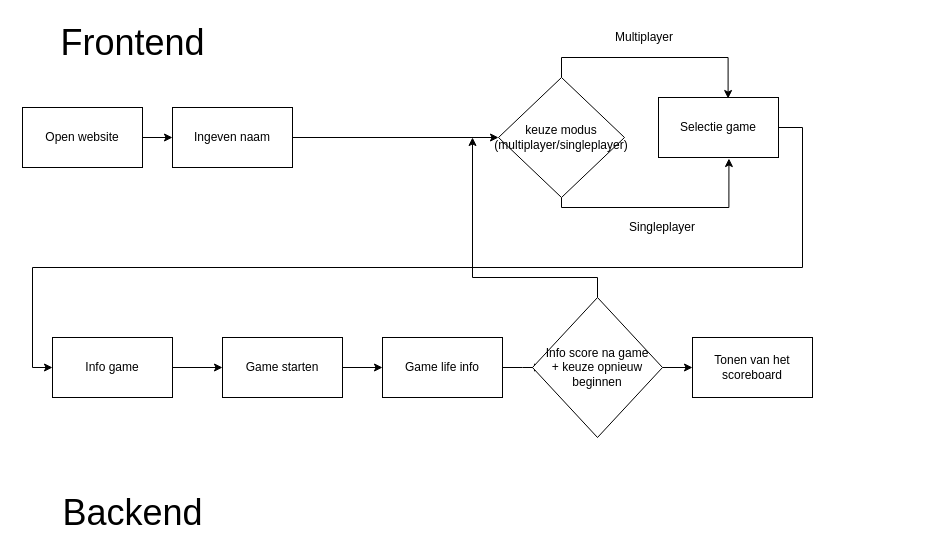
The draw.io diagram documentatie/flows.drawio in WoutDemeyere/Team-Project-TiktEm, before the edit. Source tidied: cells renumbered, new cells numbered last; positions are measured from the earlier drawing's top-left corner, leaving out a move shared by most shapes. Both pictures are drawn from the tidied source at 100%, with x=0, y=0 at pixel (22, 27).
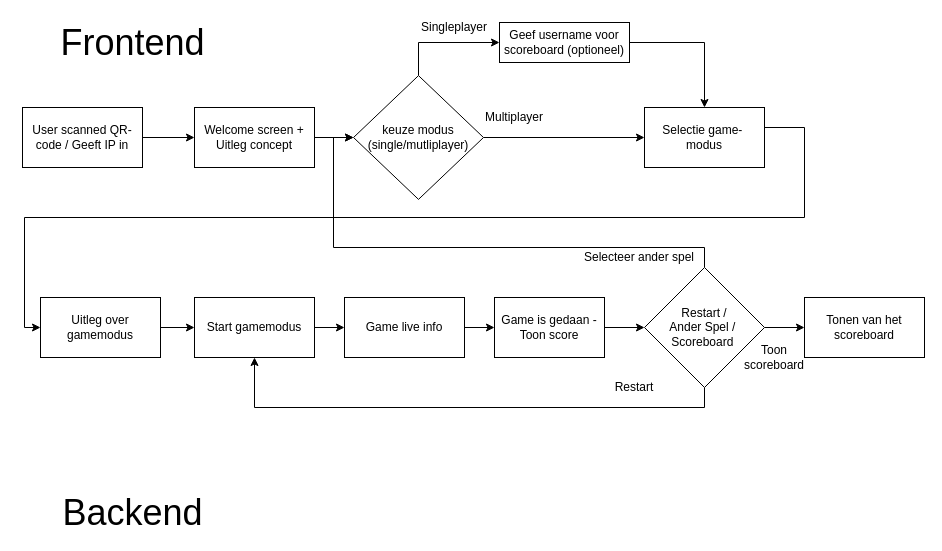
The same diagram, later.

Diff of the diagram source:
```diff
@@
-    <mxCell id="2" style="edgeStyle=orthogonalEdgeStyle;rounded=0;jettySize=auto;html=1;" parent="1" edge="1" source="3" target="6">
-      <mxGeometry relative="1" as="geometry" />
-    </mxCell>
+    <mxCell id="25" style="edgeStyle=orthogonalEdgeStyle;rounded=0;jettySize=auto;html=1;" parent="1" edge="1" source="3" target="30">
+      <mxGeometry relative="1" as="geometry" />
+    </mxCell>
-    <mxCell id="3" value="Open website" style="rounded=0;whiteSpace=wrap;html=1;" parent="1" vertex="1">
+    <mxCell id="3" value="User scanned QR-code / Geeft IP in" style="rounded=0;whiteSpace=wrap;html=1;" parent="1" vertex="1">
       <mxGeometry y="80" width="120" height="60" as="geometry" />
     </mxCell>
@@
-    <mxCell id="5" style="edgeStyle=orthogonalEdgeStyle;rounded=0;jettySize=auto;html=1;entryX=0;entryY=0.5;entryDx=0;entryDy=0;" parent="1" edge="1" source="6" target="11">
-      <mxGeometry relative="1" as="geometry" />
-    </mxCell>
-    <mxCell id="6" value="Ingeven naam" style="rounded=0;whiteSpace=wrap;html=1;" parent="1" vertex="1">
-      <mxGeometry x="150" y="80" width="120" height="60" as="geometry" />
-    </mxCell>
     <mxCell id="7" style="edgeStyle=orthogonalEdgeStyle;rounded=0;jettySize=auto;html=1;entryX=0;entryY=0.5;entryDx=0;entryDy=0;exitX=1;exitY=0.5;exitDx=0;exitDy=0;" parent="1" edge="1" source="8" target="14">
       <mxGeometry relative="1" as="geometry">
         <Array as="points">
-          <mxPoint x="780" y="100" />
-          <mxPoint x="780" y="240" />
-          <mxPoint x="10" y="240" />
-          <mxPoint x="10" y="340" />
+          <mxPoint x="742" y="100" />
+          <mxPoint x="782" y="100" />
+          <mxPoint x="782" y="190" />
+          <mxPoint x="2" y="190" />
+          <mxPoint x="2" y="300" />
+          <mxPoint x="18" y="300" />
         </Array>
       </mxGeometry>
     </mxCell>
-    <mxCell id="8" value="Selectie game" style="rounded=0;whiteSpace=wrap;html=1;" parent="1" vertex="1">
-      <mxGeometry x="636" y="70" width="120" height="60" as="geometry" />
+    <mxCell id="8" value="Selectie game-&amp;nbsp; modus" style="rounded=0;whiteSpace=wrap;html=1;" parent="1" vertex="1">
+      <mxGeometry x="622" y="80" width="120" height="60" as="geometry" />
     </mxCell>
-    <mxCell id="9" style="edgeStyle=orthogonalEdgeStyle;rounded=0;jettySize=auto;html=1;entryX=0.58;entryY=0.017;entryDx=0;entryDy=0;entryPerimeter=0;" parent="1" edge="1" source="11" target="8">
-      <mxGeometry relative="1" as="geometry">
-        <Array as="points">
-          <mxPoint x="539" y="30" />
-          <mxPoint x="706" y="30" />
-        </Array>
-      </mxGeometry>
-    </mxCell>
-    <mxCell id="10" style="edgeStyle=orthogonalEdgeStyle;rounded=0;jettySize=auto;html=1;entryX=0.587;entryY=1.017;entryDx=0;entryDy=0;entryPerimeter=0;" parent="1" edge="1" source="11" target="8">
-      <mxGeometry relative="1" as="geometry">
-        <Array as="points">
-          <mxPoint x="539" y="180" />
-          <mxPoint x="706" y="180" />
-        </Array>
-      </mxGeometry>
-    </mxCell>
+    <mxCell id="26" style="edgeStyle=orthogonalEdgeStyle;rounded=0;jettySize=auto;html=1;" parent="1" edge="1" source="11" target="8">
+      <mxGeometry relative="1" as="geometry" />
+    </mxCell>
+    <mxCell id="27" style="edgeStyle=orthogonalEdgeStyle;rounded=0;jettySize=auto;html=1;exitX=0.5;exitY=0;exitDx=0;exitDy=0;entryX=0;entryY=0.5;entryDx=0;entryDy=0;" parent="1" edge="1" source="11" target="32">
+      <mxGeometry relative="1" as="geometry" />
+    </mxCell>
-    <mxCell id="11" value="&lt;span&gt;keuze modus&lt;/span&gt;&lt;br&gt;&lt;span&gt;(multiplayer/singleplayer)&lt;/span&gt;" style="rhombus;whiteSpace=wrap;html=1;" parent="1" vertex="1">
-      <mxGeometry x="476" y="50" width="126" height="120" as="geometry" />
+    <mxCell id="11" value="&lt;span&gt;keuze modus&lt;/span&gt;&lt;br&gt;&lt;span&gt;(single/mutliplayer)&lt;/span&gt;" style="rhombus;whiteSpace=wrap;html=1;" parent="1" vertex="1">
+      <mxGeometry x="331" y="48.1" width="130" height="123.8" as="geometry" />
     </mxCell>
     <mxCell id="12" value="Multiplayer" style="text;html=1;strokeColor=none;fillColor=none;align=center;verticalAlign=middle;whiteSpace=wrap;rounded=0;" parent="1" vertex="1">
-      <mxGeometry x="602" width="40" height="20" as="geometry" />
+      <mxGeometry x="472" y="80" width="40" height="20" as="geometry" />
     </mxCell>
@@
-    <mxCell id="14" value="Info game" style="rounded=0;whiteSpace=wrap;html=1;" parent="1" vertex="1">
-      <mxGeometry x="30" y="310" width="120" height="60" as="geometry" />
+    <mxCell id="14" value="Uitleg over gamemodus" style="rounded=0;whiteSpace=wrap;html=1;" parent="1" vertex="1">
+      <mxGeometry x="18" y="270" width="120" height="60" as="geometry" />
     </mxCell>
@@
-    <mxCell id="16" value="Game starten" style="rounded=0;whiteSpace=wrap;html=1;" parent="1" vertex="1">
-      <mxGeometry x="200" y="310" width="120" height="60" as="geometry" />
+    <mxCell id="16" value="Start gamemodus" style="rounded=0;whiteSpace=wrap;html=1;" parent="1" vertex="1">
+      <mxGeometry x="172" y="270" width="120" height="60" as="geometry" />
     </mxCell>
-    <mxCell id="17" style="edgeStyle=orthogonalEdgeStyle;rounded=0;jettySize=auto;html=1;entryX=0;entryY=0.5;entryDx=0;entryDy=0;" parent="1" edge="1" source="18">
-      <mxGeometry relative="1" as="geometry">
-        <mxPoint x="520" y="340" as="targetPoint" />
-      </mxGeometry>
-    </mxCell>
+    <mxCell id="28" style="edgeStyle=orthogonalEdgeStyle;rounded=0;jettySize=auto;html=1;entryX=0;entryY=0.5;entryDx=0;entryDy=0;" parent="1" edge="1" source="18" target="38">
+      <mxGeometry relative="1" as="geometry" />
+    </mxCell>
-    <mxCell id="18" value="Game life info" style="rounded=0;whiteSpace=wrap;html=1;" parent="1" vertex="1">
-      <mxGeometry x="360" y="310" width="120" height="60" as="geometry" />
+    <mxCell id="18" value="Game live info" style="rounded=0;whiteSpace=wrap;html=1;" parent="1" vertex="1">
+      <mxGeometry x="322" y="270" width="120" height="60" as="geometry" />
     </mxCell>
-    <mxCell id="19" style="edgeStyle=orthogonalEdgeStyle;rounded=0;jettySize=auto;html=1;entryX=0;entryY=0.5;entryDx=0;entryDy=0;" parent="1" edge="1" target="21">
-      <mxGeometry relative="1" as="geometry">
-        <mxPoint x="640" y="340" as="sourcePoint" />
-      </mxGeometry>
-    </mxCell>
-    <mxCell id="20" style="edgeStyle=orthogonalEdgeStyle;rounded=0;jettySize=auto;html=1;exitX=0.5;exitY=0;exitDx=0;exitDy=0;" parent="1" edge="1" source="23">
-      <mxGeometry relative="1" as="geometry">
-        <mxPoint x="450" y="110" as="targetPoint" />
-        <Array as="points">
-          <mxPoint x="575" y="250" />
-          <mxPoint x="450" y="250" />
-        </Array>
-      </mxGeometry>
-    </mxCell>
     <mxCell id="21" value="Tonen van het scoreboard" style="rounded=0;whiteSpace=wrap;html=1;" parent="1" vertex="1">
-      <mxGeometry x="670" y="310" width="120" height="60" as="geometry" />
+      <mxGeometry x="782" y="270" width="120" height="60" as="geometry" />
     </mxCell>
     <mxCell id="22" value="Singleplayer" style="text;html=1;strokeColor=none;fillColor=none;align=center;verticalAlign=middle;whiteSpace=wrap;rounded=0;" parent="1" vertex="1">
-      <mxGeometry x="620" y="190" width="40" height="20" as="geometry" />
+      <mxGeometry x="412" y="-10" width="40" height="20" as="geometry" />
     </mxCell>
-    <mxCell id="23" value="&lt;span&gt;Info score na game&lt;/span&gt;&lt;br&gt;&lt;span&gt;+ keuze opnieuw beginnen&lt;/span&gt;" style="rhombus;whiteSpace=wrap;html=1;" parent="1" vertex="1">
-      <mxGeometry x="510" y="270" width="130" height="140" as="geometry" />
-    </mxCell>
@@
+    <mxCell id="29" style="edgeStyle=orthogonalEdgeStyle;rounded=0;jettySize=auto;html=1;" parent="1" edge="1" source="30" target="11">
+      <mxGeometry relative="1" as="geometry" />
+    </mxCell>
+    <mxCell id="30" value="Welcome screen + Uitleg concept" style="rounded=0;whiteSpace=wrap;html=1;" parent="1" vertex="1">
+      <mxGeometry x="172" y="80" width="120" height="60" as="geometry" />
+    </mxCell>
+    <mxCell id="31" style="edgeStyle=orthogonalEdgeStyle;rounded=0;jettySize=auto;html=1;entryX=0.5;entryY=0;entryDx=0;entryDy=0;" parent="1" edge="1" source="32" target="8">
+      <mxGeometry relative="1" as="geometry" />
+    </mxCell>
+    <mxCell id="32" value="Geef username voor scoreboard (optioneel)" style="rounded=0;whiteSpace=wrap;html=1;" parent="1" vertex="1">
+      <mxGeometry x="477" y="-5" width="130" height="40" as="geometry" />
+    </mxCell>
+    <mxCell id="33" style="edgeStyle=orthogonalEdgeStyle;rounded=0;jettySize=auto;html=1;" parent="1" edge="1" source="36" target="21">
+      <mxGeometry relative="1" as="geometry" />
+    </mxCell>
+    <mxCell id="34" style="edgeStyle=orthogonalEdgeStyle;rounded=0;jettySize=auto;html=1;" parent="1" edge="1" source="36" target="16">
+      <mxGeometry relative="1" as="geometry">
+        <Array as="points">
+          <mxPoint x="682" y="380" />
+          <mxPoint x="232" y="380" />
+        </Array>
+      </mxGeometry>
+    </mxCell>
+    <mxCell id="35" style="edgeStyle=orthogonalEdgeStyle;rounded=0;jettySize=auto;html=1;entryX=0;entryY=0.5;entryDx=0;entryDy=0;" parent="1" edge="1" source="36" target="11">
+      <mxGeometry relative="1" as="geometry">
+        <Array as="points">
+          <mxPoint x="682" y="220" />
+          <mxPoint x="311" y="220" />
+          <mxPoint x="311" y="110" />
+        </Array>
+      </mxGeometry>
+    </mxCell>
+    <mxCell id="36" value="Restart / &lt;br&gt;Ander Spel /&amp;nbsp;&lt;br&gt;Scoreboard&amp;nbsp;" style="rhombus;whiteSpace=wrap;html=1;" parent="1" vertex="1">
+      <mxGeometry x="622" y="240" width="120" height="120" as="geometry" />
+    </mxCell>
+    <mxCell id="37" style="edgeStyle=orthogonalEdgeStyle;rounded=0;jettySize=auto;html=1;entryX=0;entryY=0.5;entryDx=0;entryDy=0;" parent="1" edge="1" source="38" target="36">
+      <mxGeometry relative="1" as="geometry" />
+    </mxCell>
+    <mxCell id="38" value="Game is gedaan - Toon score" style="rounded=0;whiteSpace=wrap;html=1;" parent="1" vertex="1">
+      <mxGeometry x="472" y="270" width="110" height="60" as="geometry" />
+    </mxCell>
+    <mxCell id="39" value="Toon scoreboard" style="text;html=1;strokeColor=none;fillColor=none;align=center;verticalAlign=middle;whiteSpace=wrap;rounded=0;" parent="1" vertex="1">
+      <mxGeometry x="732" y="320" width="40" height="20" as="geometry" />
+    </mxCell>
+    <mxCell id="40" value="Restart" style="text;html=1;strokeColor=none;fillColor=none;align=center;verticalAlign=middle;whiteSpace=wrap;rounded=0;" parent="1" vertex="1">
+      <mxGeometry x="592" y="350" width="40" height="20" as="geometry" />
+    </mxCell>
+    <mxCell id="41" value="Selecteer ander spel" style="text;html=1;strokeColor=none;fillColor=none;align=center;verticalAlign=middle;whiteSpace=wrap;rounded=0;" parent="1" vertex="1">
+      <mxGeometry x="552" y="220" width="130" height="20" as="geometry" />
+    </mxCell>
```
